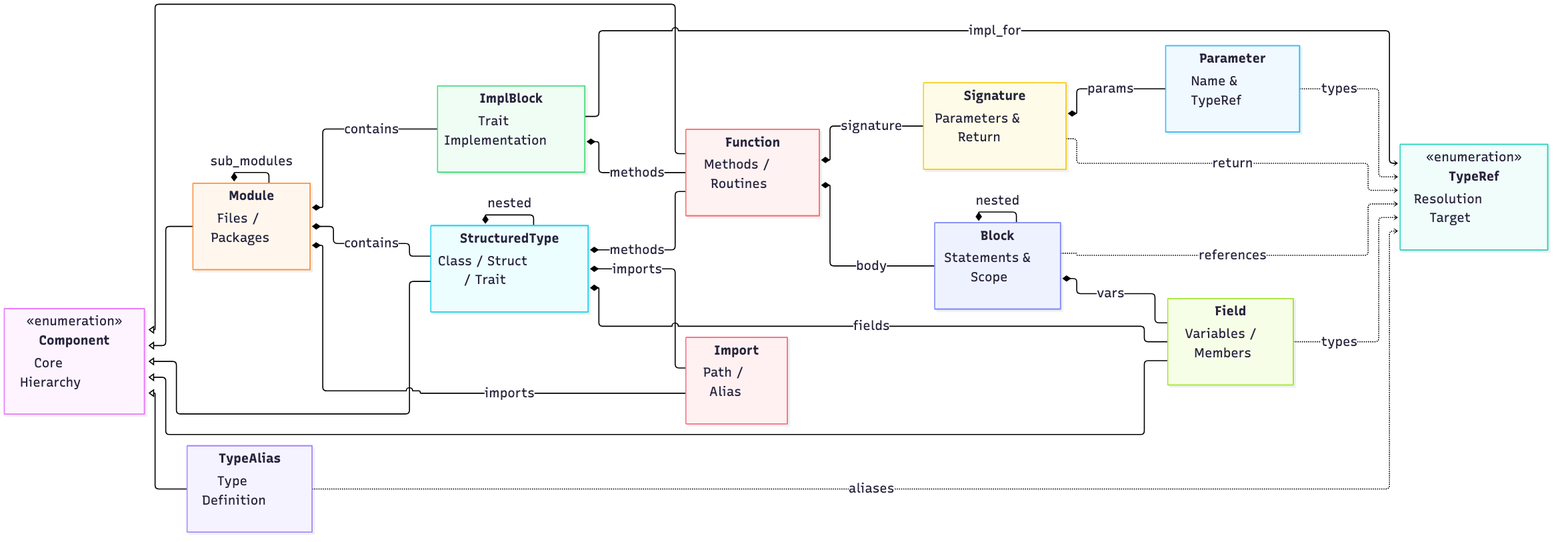
Earlier version of the Mermaid export images/formal_ir/IR_model_simplified.png (FerrarioChristian/master-thesis). Its source is kept beside it as images/formal_ir/IR_model_simplified.mmd.
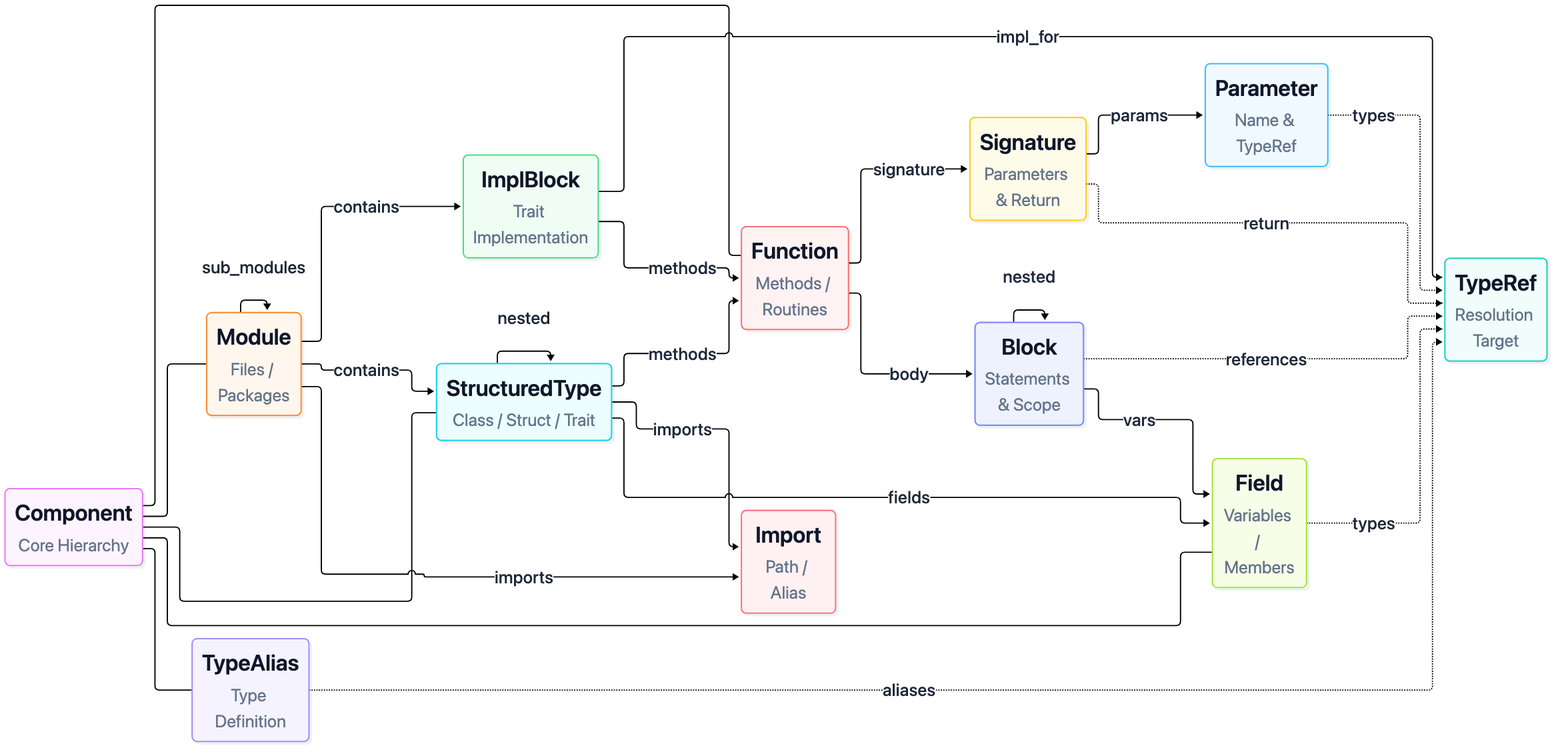
The same diagram one commit later.

Diff of the diagram source:
```diff
@@ -1,79 +1,70 @@
 %%{init: {
+  'flowchart': {
+    'nodeSpacing': 24,
+    'rankSpacing': 36,
+    'padding': 8,
+    'curve': 'basis'
+  },
   'themeVariables': {
-    'fontSize': '24px'
+    'fontSize': '32px',
+    'fontFamily': 'Helvetica Neue, Helvetica, Arial, sans-serif',
+    'edgeLabelBackground': '#ffffff'
   }
 }}%%
-classDiagram
-    direction LR
+flowchart LR
 
-    class Component {
-        <<enumeration>>
-        Core Hierarchy
-    }
-    class TypeRef {
-        <<enumeration>>
-        Resolution Target
-    }
+    Component["<div class='node-title'>Component</div><div class='node-sub'>Core Hierarchy</div>"]
+    Module["<div class='node-title'>Module</div><div class='node-sub'>Files / Packages</div>"]
+    StructuredType["<div class='node-title'>StructuredType</div><div class='node-sub'>Class / Struct / Trait</div>"]
+    ImplBlock["<div class='node-title'>ImplBlock</div><div class='node-sub'>Trait Implementation</div>"]
+    TypeAlias["<div class='node-title'>TypeAlias</div><div class='node-sub'>Type Definition</div>"]
+    Function["<div class='node-title'>Function</div><div class='node-sub'>Methods / Routines</div>"]
+    Signature["<div class='node-title'>Signature</div><div class='node-sub'>Parameters & Return</div>"]
+    Block["<div class='node-title'>Block</div><div class='node-sub'>Statements & Scope</div>"]
+    Parameter["<div class='node-title'>Parameter</div><div class='node-sub'>Name & TypeRef</div>"]
+    Field["<div class='node-title'>Field</div><div class='node-sub'>Variables / Members</div>"]
+    Import["<div class='node-title'>Import</div><div class='node-sub'>Path / Alias</div>"]
+    TypeRef["<div class='node-title'>TypeRef</div><div class='node-sub'>Resolution Target</div>"]
 
-    class Module {
-        Files / Packages
-    }
-    class StructuredType {
-        Class / Struct / Trait
-    }
-    class ImplBlock {
-        Trait Implementation
-    }
-    class TypeAlias {
-        Type Definition
-    }
+    Component --- Module
+    Component --- StructuredType
+    Component --- Function
+    Component --- TypeAlias
+    Component --- Field
 
-    class Function {
-        Methods / Routines
-    }
-    class Signature {
-        Parameters & Return
-    }
-    class Block {
-        Statements & Scope
-    }
+    Module -->|"sub_modules"| Module
+    Module -->|"contains"| StructuredType
+    Module -->|"contains"| ImplBlock
+    Module -->|"imports"| Import
 
-    class Field {
-        Variables / Members
-    }
-    class Parameter {
-        Name & TypeRef
-    }
-    class Import {
-        Path / Alias
-    }
+    StructuredType -->|"nested"| StructuredType
+    StructuredType -->|"methods"| Function
+    StructuredType -->|"imports"| Import
+    ImplBlock -->|"methods"| Function
 
-    Component <|-- Module
-    Component <|-- StructuredType
-    Component <|-- Function
-    Component <|-- TypeAlias
-    Component <|-- Field
+    Function -->|"signature"| Signature
+    Function -->|"body"| Block
+    Signature -->|"params"| Parameter
+    Block -->|"nested"| Block
+    Block -->|"vars"| Field
+    StructuredType -->|"fields"| Field
 
-    Module *-- Module : sub_modules
-    Module *-- StructuredType : contains
-    Module *-- ImplBlock : contains
-    Module *-- Import : imports
+    Field -.->|"types"| TypeRef
+    Parameter -.->|"types"| TypeRef
+    Signature -.->|"return"| TypeRef
+    TypeAlias -.->|"aliases"| TypeRef
+    ImplBlock -.->|"impl_for"| TypeRef
+    Block -.->|"references"| TypeRef
 
-    StructuredType *-- StructuredType : nested
-    StructuredType *-- Function : methods
-    StructuredType *-- Import : imports
-    ImplBlock *-- Function : methods
-
-    Function *-- Signature : signature
-    Function *-- Block : body
-    Signature *-- Parameter : params
-    Block *-- Block : nested
-    Block *-- Field : vars
-    StructuredType *-- Field : fields
-
-    Field ..> TypeRef : types
-    Parameter ..> TypeRef : types
-    Signature ..> TypeRef : return
-    TypeAlias ..> TypeRef : aliases
-    ImplBlock ..> TypeRef : impl_for
-    Block ..> TypeRef : references
+    style Component fill:#FDF4FF,stroke:#E879F9,stroke-width:2.2px,color:#1e293b
+    style Module fill:#FFF7ED,stroke:#FB923C,stroke-width:2.4px,color:#1e293b
+    style ImplBlock fill:#F0FDF4,stroke:#4ADE80,stroke-width:2.2px,color:#1e293b
+    style StructuredType fill:#ECFEFF,stroke:#22D3EE,stroke-width:2.4px,color:#1e293b
+    style TypeAlias fill:#F5F3FF,stroke:#A78BFA,stroke-width:2.2px,color:#1e293b
+    style Function fill:#FEF2F2,stroke:#F87171,stroke-width:2.2px,color:#1e293b
+    style Import fill:#FFF1F2,stroke:#FB7185,stroke-width:2.2px,color:#1e293b
+    style Signature fill:#FEFCE8,stroke:#FACC15,stroke-width:2.2px,color:#1e293b
+    style Block fill:#EEF2FF,stroke:#818CF8,stroke-width:2.4px,color:#1e293b
+    style Parameter fill:#F0F9FF,stroke:#38BDF8,stroke-width:2.2px,color:#1e293b
+    style Field fill:#F7FEE7,stroke:#A3E635,stroke-width:2.2px,color:#1e293b
+    style TypeRef fill:#F0FDFA,stroke:#2DD4BF,stroke-width:2.4px,color:#1e293b
```
